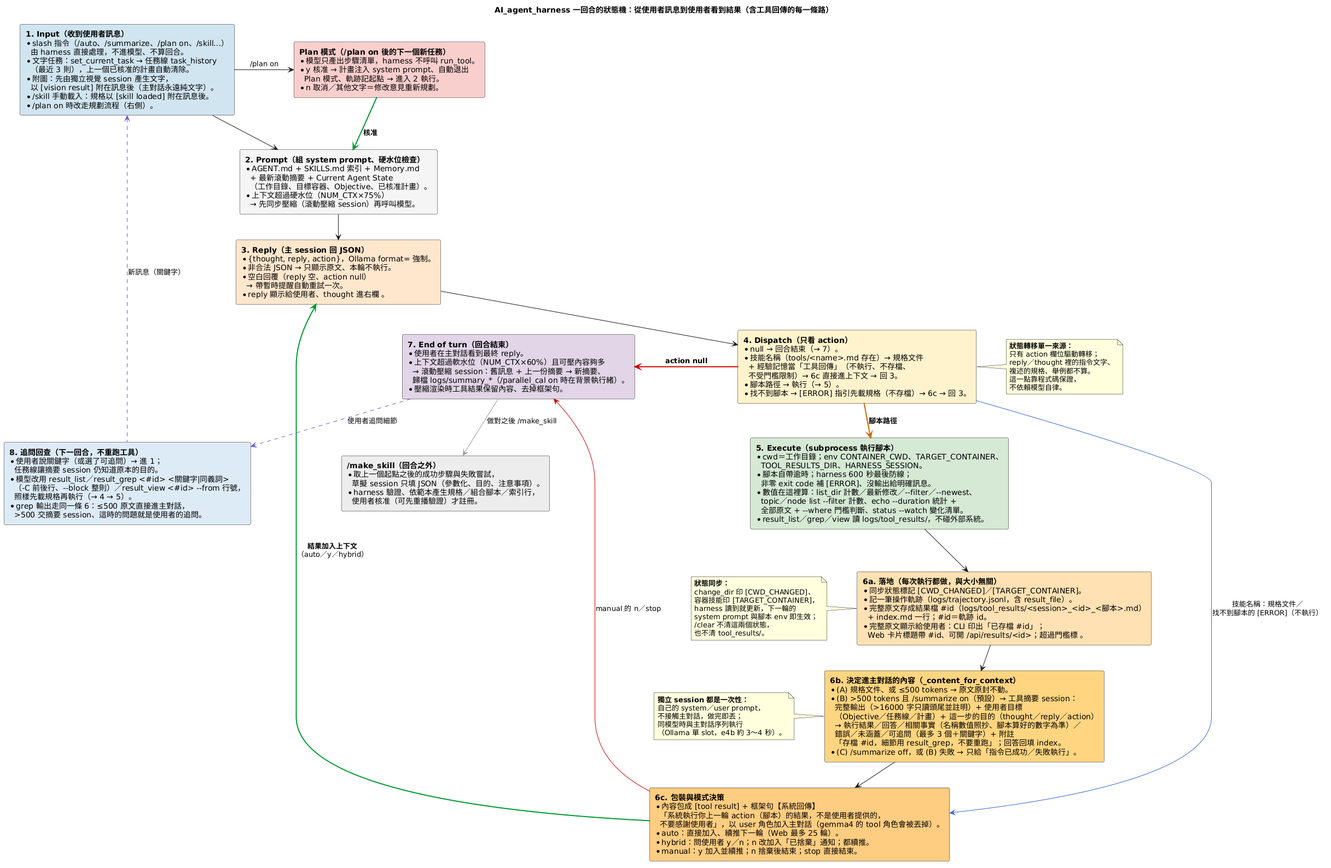
DavidZox/AI_agent_harness keeps this PlantUML diagram as doc/images/AI_agent_harness的狀態轉移.png. Above is the earlier version.
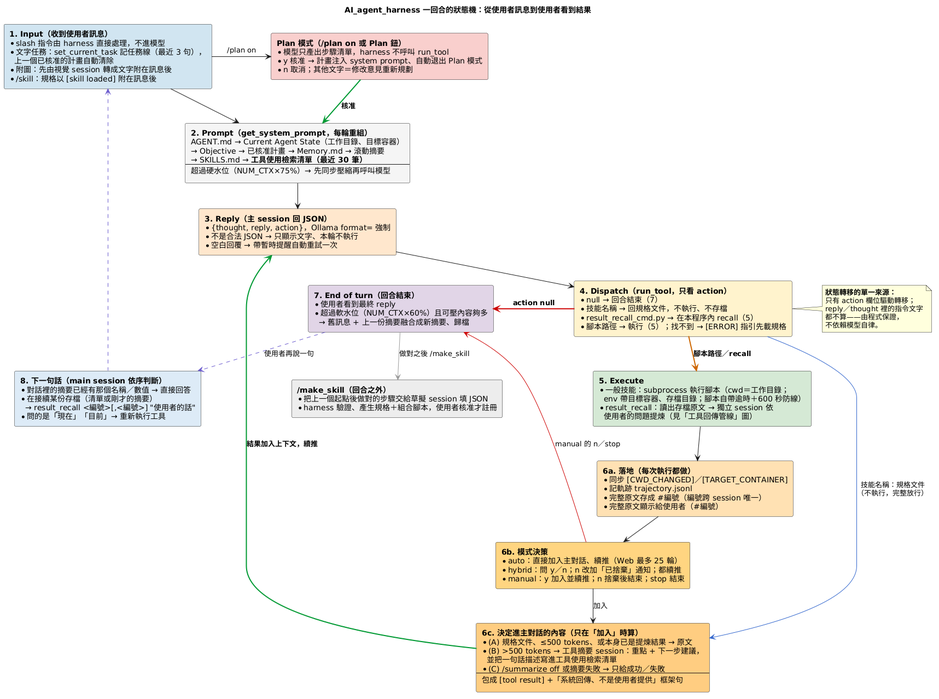
After the commit.

Commit message:
Add conceptual long-term vision for AGV/AMR fleet scheduling in new documentation file

Change to the diagram source:
```diff
@@ -1,173 +1,128 @@
 @startuml
-skinparam RectangleWidthMax 370
+skinparam RectangleWidthMax 360
 skinparam ranksep 45
 skinparam nodesep 55
 skinparam shadowing false
 skinparam defaultFontName "Microsoft JhengHei"
 
-title AI_agent_harness 一回合的狀態機：從使用者訊息到使用者看到結果（含工具回傳的每一條路）
+title AI_agent_harness 一回合的狀態機：從使用者訊息到使用者看到結果
 
 rectangle State1 #D1E5F0 [
   **1. Input（收到使用者訊息）**
-  * slash 指令（/auto、/summarize、/plan on、/skill…）
-    由 harness 直接處理，不進模型、不算回合。
-  * 文字任務：set_current_task → 任務線 task_history
-    （最近 3 則），上一個已核准的計畫自動清除。
-  * 附圖：先由獨立視覺 session 產生文字，
-    以 [vision result] 附在訊息後（主對話永遠純文字）。
-  * /skill 手動載入：規格以 [skill loaded] 附在訊息後。
-  * /plan on 時改走規劃流程（右側）。
+  * slash 指令由 harness 直接處理，不進模型
+  * 文字任務：set_current_task 記任務線（最近 3 句），
+    上一個已核准的計畫自動清除
+  * 附圖：先由視覺 session 轉成文字附在訊息後
+  * /skill：規格以 [skill loaded] 附在訊息後
 ]
 
 rectangle State2 #F5F5F5 [
-  **2. Prompt（組 system prompt、硬水位檢查）**
-  * AGENT.md + SKILLS.md 索引 + Memory.md
-    + 最新滾動摘要 + Current Agent State
-    （工作目錄、目標容器、Objective、已核准計畫）。
-  * 上下文超過硬水位（NUM_CTX×75%）
-    → 先同步壓縮（滾動壓縮 session）再呼叫模型。
+  **2. Prompt（get_system_prompt，每輪重組）**
+  AGENT.md → Current Agent State（工作目錄、目標容器）
+  → Objective → 已核准計畫 → Memory.md → 滾動摘要
+  → SKILLS.md → **工具使用檢索清單（最近 30 筆）**
+  ----
+  超過硬水位（NUM_CTX×75%）→ 先同步壓縮再呼叫模型
 ]
 
 rectangle State3 #FFE6CC [
   **3. Reply（主 session 回 JSON）**
-  * {thought, reply, action}，Ollama format= 強制。
-  * 非合法 JSON → 只顯示原文、本輪不執行。
-  * 空白回覆（reply 空、action null）
-    → 帶暫時提醒自動重試一次。
-  * reply 顯示給使用者、thought 進右欄 。
+  * {thought, reply, action}，Ollama format= 強制
+  * 不是合法 JSON → 只顯示文字、本輪不執行
+  * 空白回覆 → 帶暫時提醒自動重試一次
 ]
 
 rectangle State4 #FFF2CC [
-  **4. Dispatch（只看 action）**
-  * null → 回合結束（→ 7）。
-  * 技能名稱（tools/<name>.md 存在）→ 規格文件
-    + 經驗記憶當「工具回傳」（不執行、不存檔、
-    不受門檻限制）→ 6c 直接進上下文 → 回 3。
-  * 腳本路徑 → 執行（→ 5）。
-  * 找不到腳本 → [ERROR] 指引先載規格（不存檔）→ 6c → 回 3。
+  **4. Dispatch（run_tool，只看 action）**
+  * null → 回合結束（7）
+  * 技能名稱 → 回規格文件，不執行、不存檔
+  * result_recall_cmd.py → 在本程序內 recall（5）
+  * 腳本路徑 → 執行（5）；找不到 → [ERROR] 指引先載規格
 ]
 
 rectangle State5 #D5E8D4 [
-  **5. Execute（subprocess 執行腳本）**
-  * cwd＝工作目錄；env CONTAINER_CWD、TARGET_CONTAINER、
-    TOOL_RESULTS_DIR、HARNESS_SESSION。
-  * 腳本自帶逾時；harness 600 秒最後防線；
-    非零 exit code 補 [ERROR]、沒輸出給明確訊息。
-  * 數值在這裡算：list_dir 計數／最新修改／~--filter／~--newest、
-    topic／node list ~--filter 計數、echo ~--duration 統計 +
-    全部原文 + ~--where 門檻判斷、status ~--watch 變化清單。
-  * result_list／grep／view 讀 logs/tool_results/，不碰外部系統。
+  **5. Execute**
+  * 一般技能：subprocess 執行腳本（cwd＝工作目錄；
+    env 帶目標容器、存檔目錄；腳本自帶逾時＋600 秒防線）
+  * result_recall：讀出存檔原文 → 獨立 session 依
+    使用者的問題提煉（見「工具回傳管線」圖）
 ]
 
 rectangle State6a #FFE0B2 [
-  **6a. 落地（每次執行都做，與大小無關）**
-  * 同步狀態標記 [CWD_CHANGED]／[TARGET_CONTAINER]。
-  * 記一筆操作軌跡（logs/trajectory.jsonl，含 result_file）。
-  * 完整原文存成結果檔 #id（logs/tool_results/<session>_<id>_<腳本>.md）
-    + index.md 一行；#id＝軌跡 id。
-  * 完整原文顯示給使用者：CLI 印出「已存檔 #id」；
-    Web 卡片標題帶 #id、可開 /api/results/<id>；超過門檻標 。
+  **6a. 落地（每次執行都做）**
+  * 同步 [CWD_CHANGED]／[TARGET_CONTAINER]
+  * 記軌跡 trajectory.jsonl
+  * 完整原文存成 #編號（編號跨 session 唯一）
+  * 完整原文顯示給使用者（#編號）
 ]
 
 rectangle State6b #FFD580 [
-  **6b. 決定進主對話的內容（_content_for_context）**
-  * (A) 規格文件、或 ≤500 tokens → 原文原封不動。
-  * (B) >500 tokens 且 /summarize on（預設）→ 工具摘要 session：
-    完整輸出（>16000 字只讀頭尾並註明）+ 使用者目標
-    （Objective／任務線／計畫）+ 這一步的目的（thought／reply／action）
-    → 執行結果／回答／相關事實（名稱數值照抄、腳本算好的數字為準）／
-    錯誤／未涵蓋／可追問（最多 3 個＋關鍵字）+ 附註
-    「存檔 #id，細節用 result_grep，不要重跑」；回答回填 index。
-  * (C) /summarize off，或 (B) 失敗 → 只給「指令已成功／失敗執行」。
+  **6b. 模式決策**
+  * auto：直接加入主對話、續推（Web 最多 25 輪）
+  * hybrid：問 y／n；n 改加「已捨棄」通知；都續推
+  * manual：y 加入並續推；n 捨棄後結束；stop 結束
 ]
 
 rectangle State6c #FFCC80 [
-  **6c. 包裝與模式決策**
-  * 內容包成 [tool result] + 框架句【系統回傳】
-    「系統執行你上一輪 action（腳本）的結果，不是使用者提供的，
-    不要感謝使用者」，以 user 角色加入主對話（gemma4 的 tool 角色會被丟掉）。
-  * auto：直接加入、續推下一輪（Web 最多 25 輪）。
-  * hybrid：問使用者 y／n；n 改加入「已捨棄」通知；都續推。
-  * manual：y 加入並續推；n 捨棄後結束；stop 直接結束。
+  **6c. 決定進主對話的內容（只在「加入」時算）**
+  * (A) 規格文件、≤500 tokens、或本身已是提煉結果 → 原文
+  * (B) >500 tokens → 工具摘要 session：重點 + 下一步建議，
+    並把一句話描述寫進工具使用檢索清單
+  * (C) /summarize off 或摘要失敗 → 只給成功／失敗
+  ----
+  包成 [tool result] +「系統回傳、不是使用者提供」框架句
 ]
 
 rectangle State7 #E1D5E7 [
   **7. End of turn（回合結束）**
-  * 使用者在主對話看到最終 reply。
-  * 上下文超過軟水位（NUM_CTX×60%）且可壓內容夠多
-    → 滾動壓縮 session：舊訊息 + 上一份摘要 → 新摘要、
-    歸檔 logs/summary_*（/parallel_cal on 時在背景執行緒）。
-  * 壓縮渲染時工具結果保留內容、去掉框架句。
+  * 使用者看到最終 reply
+  * 超過軟水位（NUM_CTX×60%）且可壓內容夠多
+    → 舊訊息 + 上一份摘要融合成新摘要、歸檔
 ]
 
 rectangle State8 #DDEBF7 [
-  **8. 追問回查（下一回合，不重跑工具）**
-  * 使用者說關鍵字（或選了可追問）→ 進 1；
-    任務線讓摘要 session 仍知道原本的目的。
-  * 模型改用 result_list／result_grep <#id> <關鍵字|同義詞>
-    （-C 前後行、~--block 整則）／result_view <#id> ~--from 行號，
-    照樣先載規格再執行（→ 4 → 5）。
-  * grep 輸出走同一條 6：≤500 原文直接進主對話，
-    >500 交摘要 session、這時的問題就是使用者的追問。
+  **8. 下一句話（main session 依序判斷）**
+  * 對話裡的摘要已經有那個名稱／數值 → 直接回答
+  * 在接續某份存檔（清單或剛才的摘要）
+    → result_recall <編號>[,<編號>] "使用者的話"
+  * 問的是「現在」「目前」→ 重新執行工具
 ]
 
 rectangle StatePlan #F8CECC [
-  **Plan 模式（/plan on 後的下一個新任務）**
-  * 模型只產出步驟清單，harness 不呼叫 run_tool。
-  * y 核准 → 計畫注入 system prompt、自動退出
-    Plan 模式、軌跡記起點 → 進入 2 執行。
-  * n 取消／其他文字＝修改意見重新規劃。
+  **Plan 模式（/plan on 或 Plan 鈕）**
+  * 模型只產出步驟清單，harness 不呼叫 run_tool
+  * y 核准 → 計畫注入 system prompt、自動退出 Plan 模式
+  * n 取消；其他文字＝修改意見重新規劃
 ]
 
 rectangle StateSkill #ECECEC [
   **/make_skill（回合之外）**
-  * 取上一個起點之後的成功步驟與失敗嘗試，
-    草擬 session 只填 JSON（參數化、目的、注意事項）。
-  * harness 驗證、依範本產生規格／組合腳本／索引行，
-    使用者核准（可先重播驗證）才註冊。
+  * 把上一個起點後做對的步驟交給草擬 session 填 JSON
+  * harness 驗證、產生規格＋組合腳本，使用者核准才註冊
 ]
 
 State1 -down-> State2
 State2 -down-> State3
 State3 -down-> State4
-State4 -[#CC6600,bold]down-> State5 : **腳本路徑**
-State4 -[#3366CC]right-> State6c : 技能名稱：規格文件／\n找不到腳本的 [ERROR]（不執行）
+State4 -[#CC6600,bold]down-> State5 : **腳本路徑／recall**
+State4 -[#3366CC]right-> State6c : 技能名稱：規格文件\n（不執行，完整放行）
 State5 -down-> State6a
 State6a -down-> State6b
-State6b -down-> State6c
-State6c -[#009933,bold]up-> State3 : **結果加入上下文**\n（auto／y／hybrid）
+State6b -down-> State6c : 加入
+State6c -[#009933,bold]up-> State3 : **結果加入上下文，續推**
 State4 -[#CC0000,bold]left-> State7 : **action null**
-State6c -[#CC0000]left-> State7 : manual 的 n／stop
-State7 -[#6A5ACD,dashed]down-> State8 : 使用者追問細節
-State8 -[#6A5ACD,dashed]up-> State1 : 新訊息（關鍵字）
+State6b -[#CC0000]left-> State7 : manual 的 n／stop
+State7 -[#6A5ACD,dashed]down-> State8 : 使用者再說一句
+State8 -[#6A5ACD,dashed]up-> State1
 State1 -right-> StatePlan : /plan on
 StatePlan -[#009933,bold]down-> State2 : **核准**
 State7 -[#999999]down-> StateSkill : 做對之後 /make_skill
 
 note right of State4
-  **狀態轉移單一來源：**
+  **狀態轉移的單一來源：**
   只有 action 欄位驅動轉移；
-  reply／thought 裡的指令文字、
-  複述的規格、舉例都不算。
-  這一點靠程式碼保證，
+  reply／thought 裡的指令文字
+  都不算——由程式保證，
   不依賴模型自律。
 end note
-
-note left of State6a
-  **狀態同步：**
-  change_dir 印 [CWD_CHANGED]、
-  容器技能印 [TARGET_CONTAINER]，
-  harness 讀到就更新，下一輪的
-  system prompt 與腳本 env 即生效；
-  /clear 不清這兩個狀態，
-  也不清 tool_results/。
-end note
-
-note left of State6b
-  **獨立 session 都是一次性：**
-  自己的 system／user prompt，
-  不接觸主對話，做完即丟；
-  同模型時與主對話序列執行
-  （Ollama 單 slot，e4b 約 3～4 秒）。
-end note
 @enduml
```
